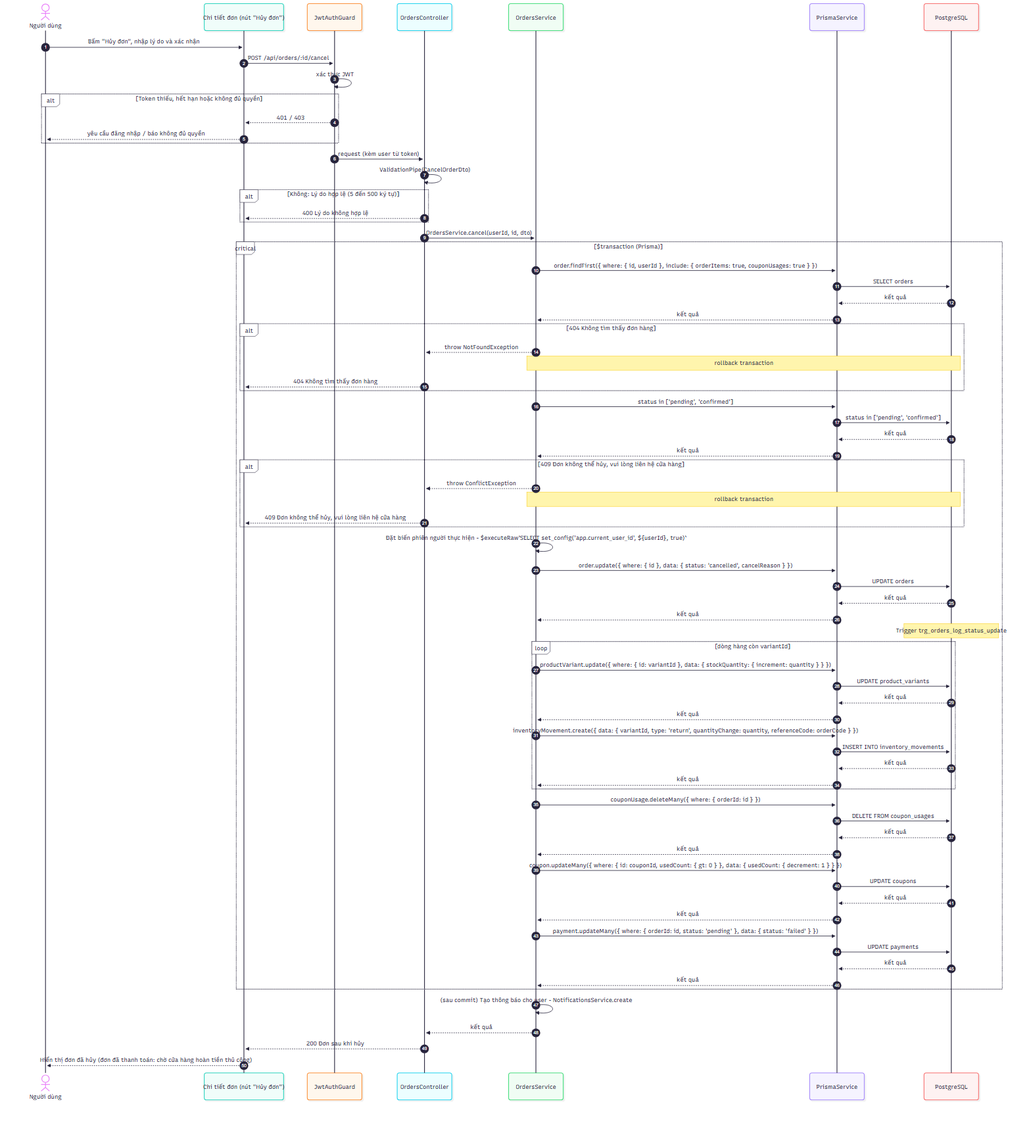
Earlier version of the Mermaid export docs/diagrams/png/sequence_UC-ORD-03_huy-don-hang.png (2431540234-arch/XDUDTMDT). Its source is kept beside it as docs/diagrams/src/sequence_UC-ORD-03_huy-don-hang.mmd.
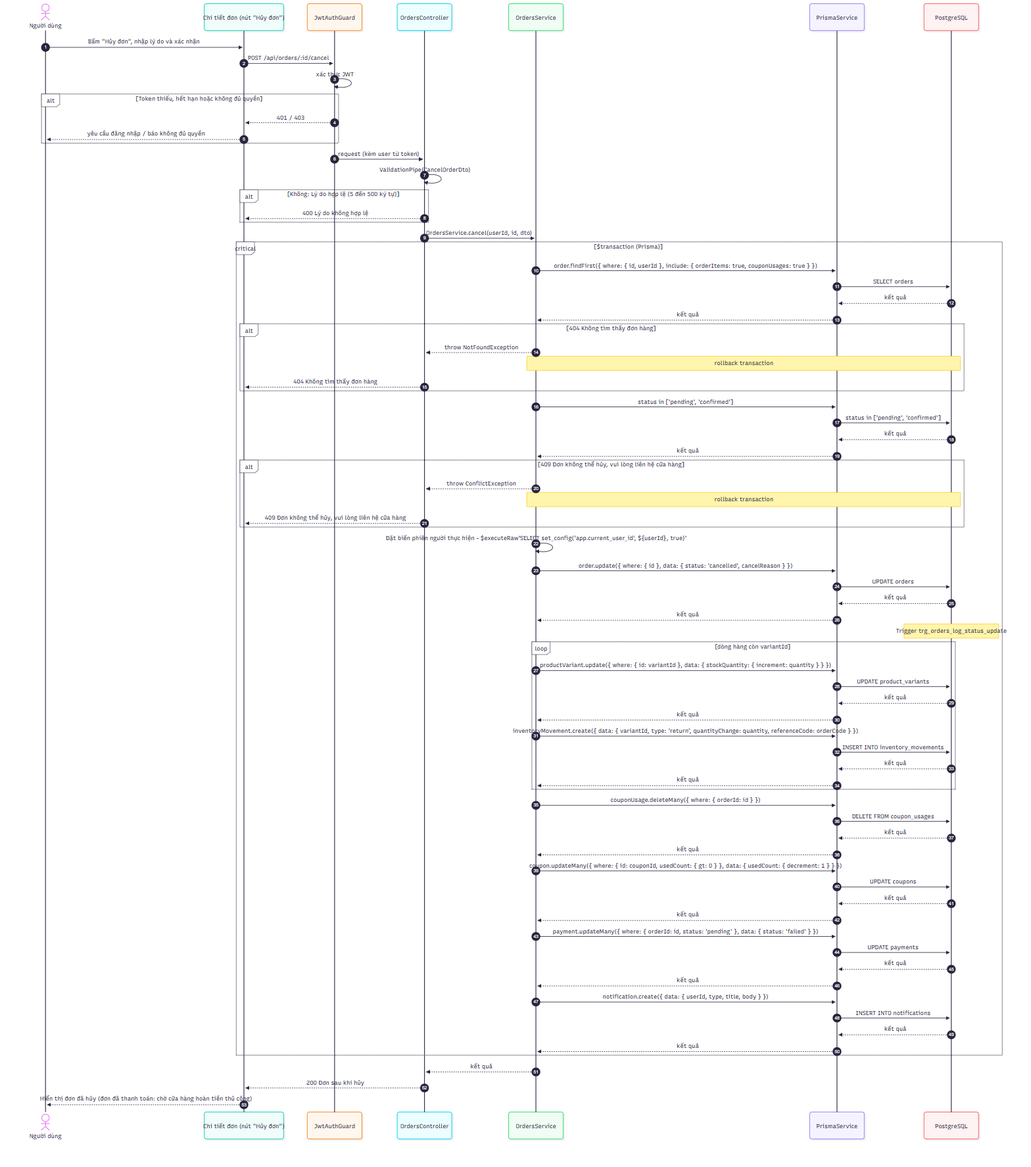
The same file after the commit.

Diff of the diagram source:
```diff
@@ -67,8 +67,11 @@
         P->>D: UPDATE payments
         D-->>P: kết quả
         P-->>S: kết quả
+        S->>P: notification.create({ data: { userId, type, title, body } })
+        P->>D: INSERT INTO notifications
+        D-->>P: kết quả
+        P-->>S: kết quả
     end
-    S->>S: (sau commit) Tạo thông báo cho user - NotificationsService.create
     S-->>C: kết quả
     C-->>FE: 200 Đơn sau khi hủy
     FE-->>A: Hiển thị đơn đã hủy (đơn đã thanh toán: chờ cửa hàng hoàn tiền thủ công)
```
